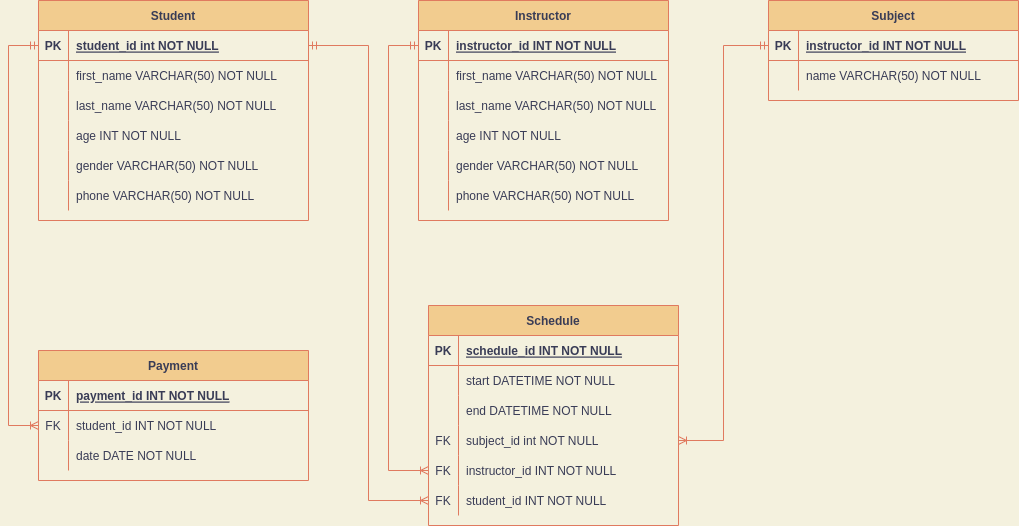
Before: ER Diagram.png, a diagram exported from draw.io (adheeeem/Class_DB). Source tidied: cells renumbered, new cells last; positions are measured from the earlier drawing's top-left corner, leaving out a move shared by most shapes.
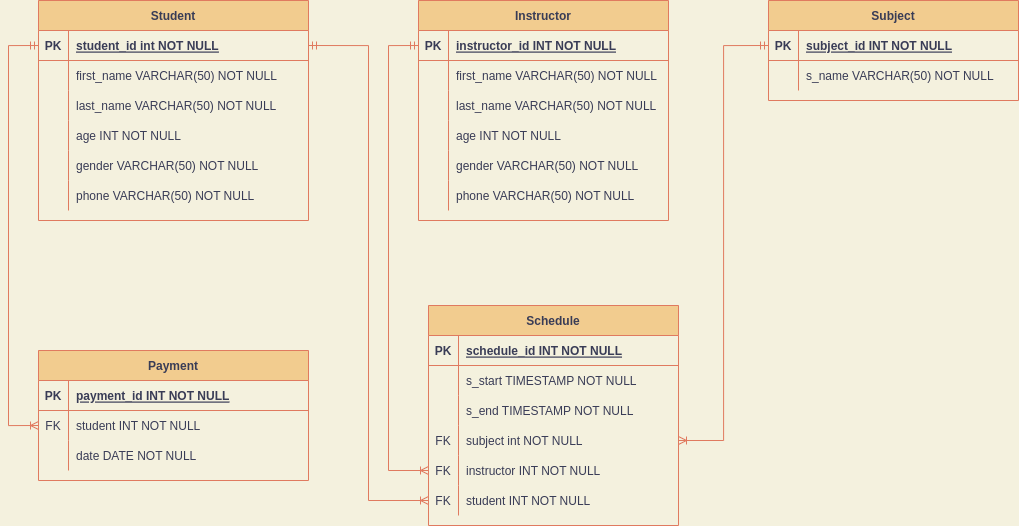
Above is the later version.

Commit message:
Updating the diagram and adding the joins

The edit, as a diff of the source:
```diff
@@ -125,7 +125,7 @@
     <mxCell id="42" value="PK" style="shape=partialRectangle;overflow=hidden;fillColor=none;top=0;left=0;bottom=0;right=0;fontStyle=1;strokeColor=#E07A5F;fontColor=#393C56;" parent="41" vertex="1">
       <mxGeometry width="30" height="30" as="geometry" />
     </mxCell>
-    <mxCell id="43" value="instructor_id INT NOT NULL " style="shape=partialRectangle;overflow=hidden;fillColor=none;top=0;left=0;bottom=0;right=0;align=left;spacingLeft=6;fontStyle=5;strokeColor=#E07A5F;fontColor=#393C56;" parent="41" vertex="1">
+    <mxCell id="43" value="subject_id INT NOT NULL " style="shape=partialRectangle;overflow=hidden;fillColor=none;top=0;left=0;bottom=0;right=0;align=left;spacingLeft=6;fontStyle=5;strokeColor=#E07A5F;fontColor=#393C56;" parent="41" vertex="1">
       <mxGeometry x="30" width="220" height="30" as="geometry" />
     </mxCell>
     <mxCell id="44" style="shape=partialRectangle;fillColor=none;top=0;left=0;right=0;bottom=0;strokeColor=#E07A5F;fontColor=#393C56;" parent="40" vertex="1">
@@ -134,7 +134,7 @@
     <mxCell id="45" style="shape=partialRectangle;overflow=hidden;fillColor=none;top=0;left=0;bottom=0;right=0;strokeColor=#E07A5F;fontColor=#393C56;" parent="44" vertex="1">
       <mxGeometry width="30" height="30" as="geometry" />
     </mxCell>
-    <mxCell id="46" value="name VARCHAR(50) NOT NULL" style="shape=partialRectangle;overflow=hidden;fillColor=none;top=0;left=0;bottom=0;right=0;align=left;spacingLeft=6;strokeColor=#E07A5F;fontColor=#393C56;" parent="44" vertex="1">
+    <mxCell id="46" value="s_name VARCHAR(50) NOT NULL" style="shape=partialRectangle;overflow=hidden;fillColor=none;top=0;left=0;bottom=0;right=0;align=left;spacingLeft=6;strokeColor=#E07A5F;fontColor=#393C56;" parent="44" vertex="1">
       <mxGeometry x="30" width="220" height="30" as="geometry" />
     </mxCell>
     <mxCell id="47" value="Payment" style="shape=table;startSize=30;rowLines=0;fontStyle=1;align=center;fillColor=#F2CC8F;strokeColor=#E07A5F;fontColor=#393C56;" parent="1" vertex="1">
@@ -155,7 +155,7 @@
     <mxCell id="52" value="FK" style="shape=partialRectangle;overflow=hidden;fillColor=none;top=0;left=0;bottom=0;right=0;strokeColor=#E07A5F;fontColor=#393C56;" parent="51" vertex="1">
       <mxGeometry width="30" height="30" as="geometry" />
     </mxCell>
-    <mxCell id="53" value="student_id INT NOT NULL" style="shape=partialRectangle;overflow=hidden;fillColor=none;top=0;left=0;bottom=0;right=0;align=left;spacingLeft=6;strokeColor=#E07A5F;fontColor=#393C56;" parent="51" vertex="1">
+    <mxCell id="53" value="student INT NOT NULL" style="shape=partialRectangle;overflow=hidden;fillColor=none;top=0;left=0;bottom=0;right=0;align=left;spacingLeft=6;strokeColor=#E07A5F;fontColor=#393C56;" parent="51" vertex="1">
       <mxGeometry x="30" width="240" height="30" as="geometry" />
     </mxCell>
     <mxCell id="54" style="shape=partialRectangle;fillColor=none;top=0;left=0;right=0;bottom=0;strokeColor=#E07A5F;fontColor=#393C56;" parent="47" vertex="1">
@@ -185,7 +185,7 @@
     <mxCell id="62" style="shape=partialRectangle;overflow=hidden;fillColor=none;top=0;left=0;bottom=0;right=0;strokeColor=#E07A5F;fontColor=#393C56;" parent="61" vertex="1">
       <mxGeometry width="30" height="30" as="geometry" />
     </mxCell>
-    <mxCell id="63" value="start DATETIME NOT NULL" style="shape=partialRectangle;overflow=hidden;fillColor=none;top=0;left=0;bottom=0;right=0;align=left;spacingLeft=6;strokeColor=#E07A5F;fontColor=#393C56;" parent="61" vertex="1">
+    <mxCell id="63" value="s_start TIMESTAMP NOT NULL" style="shape=partialRectangle;overflow=hidden;fillColor=none;top=0;left=0;bottom=0;right=0;align=left;spacingLeft=6;strokeColor=#E07A5F;fontColor=#393C56;" parent="61" vertex="1">
       <mxGeometry x="30" width="220" height="30" as="geometry" />
     </mxCell>
     <mxCell id="64" style="shape=partialRectangle;fillColor=none;top=0;left=0;right=0;bottom=0;strokeColor=#E07A5F;fontColor=#393C56;" parent="57" vertex="1">
@@ -194,7 +194,7 @@
     <mxCell id="65" style="shape=partialRectangle;overflow=hidden;fillColor=none;top=0;left=0;bottom=0;right=0;strokeColor=#E07A5F;fontColor=#393C56;" parent="64" vertex="1">
       <mxGeometry width="30" height="30" as="geometry" />
     </mxCell>
-    <mxCell id="66" value="end DATETIME NOT NULL" style="shape=partialRectangle;overflow=hidden;fillColor=none;top=0;left=0;bottom=0;right=0;align=left;spacingLeft=6;strokeColor=#E07A5F;fontColor=#393C56;" parent="64" vertex="1">
+    <mxCell id="66" value="s_end TIMESTAMP NOT NULL" style="shape=partialRectangle;overflow=hidden;fillColor=none;top=0;left=0;bottom=0;right=0;align=left;spacingLeft=6;strokeColor=#E07A5F;fontColor=#393C56;" parent="64" vertex="1">
       <mxGeometry x="30" width="220" height="30" as="geometry" />
     </mxCell>
     <mxCell id="67" style="shape=partialRectangle;fillColor=none;points=[[0,0.5],[1,0.5]];portConstraint=eastwest;top=0;left=0;right=0;bottom=0;strokeColor=#E07A5F;fontColor=#393C56;" parent="57" vertex="1">
@@ -203,7 +203,7 @@
     <mxCell id="68" value="FK" style="shape=partialRectangle;overflow=hidden;fillColor=none;top=0;left=0;bottom=0;right=0;strokeColor=#E07A5F;fontColor=#393C56;" parent="67" vertex="1">
       <mxGeometry width="30" height="30" as="geometry" />
     </mxCell>
-    <mxCell id="69" value="subject_id int NOT NULL" style="shape=partialRectangle;overflow=hidden;fillColor=none;top=0;left=0;bottom=0;right=0;align=left;spacingLeft=6;strokeColor=#E07A5F;fontColor=#393C56;" parent="67" vertex="1">
+    <mxCell id="69" value="subject int NOT NULL" style="shape=partialRectangle;overflow=hidden;fillColor=none;top=0;left=0;bottom=0;right=0;align=left;spacingLeft=6;strokeColor=#E07A5F;fontColor=#393C56;" parent="67" vertex="1">
       <mxGeometry x="30" width="220" height="30" as="geometry" />
     </mxCell>
     <mxCell id="70" style="shape=partialRectangle;fillColor=none;points=[[0,0.5],[1,0.5]];portConstraint=eastwest;top=0;left=0;right=0;bottom=0;strokeColor=#E07A5F;fontColor=#393C56;" parent="57" vertex="1">
@@ -212,7 +212,7 @@
     <mxCell id="71" value="FK" style="shape=partialRectangle;overflow=hidden;fillColor=none;top=0;left=0;bottom=0;right=0;strokeColor=#E07A5F;fontColor=#393C56;" parent="70" vertex="1">
       <mxGeometry width="30" height="30" as="geometry" />
     </mxCell>
-    <mxCell id="72" value="instructor_id INT NOT NULL" style="shape=partialRectangle;overflow=hidden;fillColor=none;top=0;left=0;bottom=0;right=0;align=left;spacingLeft=6;strokeColor=#E07A5F;fontColor=#393C56;" parent="70" vertex="1">
+    <mxCell id="72" value="instructor INT NOT NULL" style="shape=partialRectangle;overflow=hidden;fillColor=none;top=0;left=0;bottom=0;right=0;align=left;spacingLeft=6;strokeColor=#E07A5F;fontColor=#393C56;" parent="70" vertex="1">
       <mxGeometry x="30" width="220" height="30" as="geometry" />
     </mxCell>
     <mxCell id="73" style="shape=partialRectangle;fillColor=none;points=[[0,0.5],[1,0.5]];portConstraint=eastwest;top=0;left=0;right=0;bottom=0;strokeColor=#E07A5F;fontColor=#393C56;" parent="57" vertex="1">
@@ -221,7 +221,7 @@
     <mxCell id="74" value="FK" style="shape=partialRectangle;overflow=hidden;fillColor=none;top=0;left=0;bottom=0;right=0;strokeColor=#E07A5F;fontColor=#393C56;" parent="73" vertex="1">
       <mxGeometry width="30" height="30" as="geometry" />
     </mxCell>
-    <mxCell id="75" value="student_id INT NOT NULL" style="shape=partialRectangle;overflow=hidden;fillColor=none;top=0;left=0;bottom=0;right=0;align=left;spacingLeft=6;strokeColor=#E07A5F;fontColor=#393C56;" parent="73" vertex="1">
+    <mxCell id="75" value="student INT NOT NULL" style="shape=partialRectangle;overflow=hidden;fillColor=none;top=0;left=0;bottom=0;right=0;align=left;spacingLeft=6;strokeColor=#E07A5F;fontColor=#393C56;" parent="73" vertex="1">
       <mxGeometry x="30" width="220" height="30" as="geometry" />
     </mxCell>
     <mxCell id="76" style="edgeStyle=orthogonalEdgeStyle;fontSize=12;html=1;endArrow=ERoneToMany;startArrow=ERmandOne;rounded=0;fontColor=#393C56;strokeColor=#E07A5F;fillColor=#F2CC8F;entryX=0;entryY=0.5;entryDx=0;entryDy=0;exitX=0;exitY=0.5;exitDx=0;exitDy=0;" parent="1" edge="1" source="22" target="51">
```
